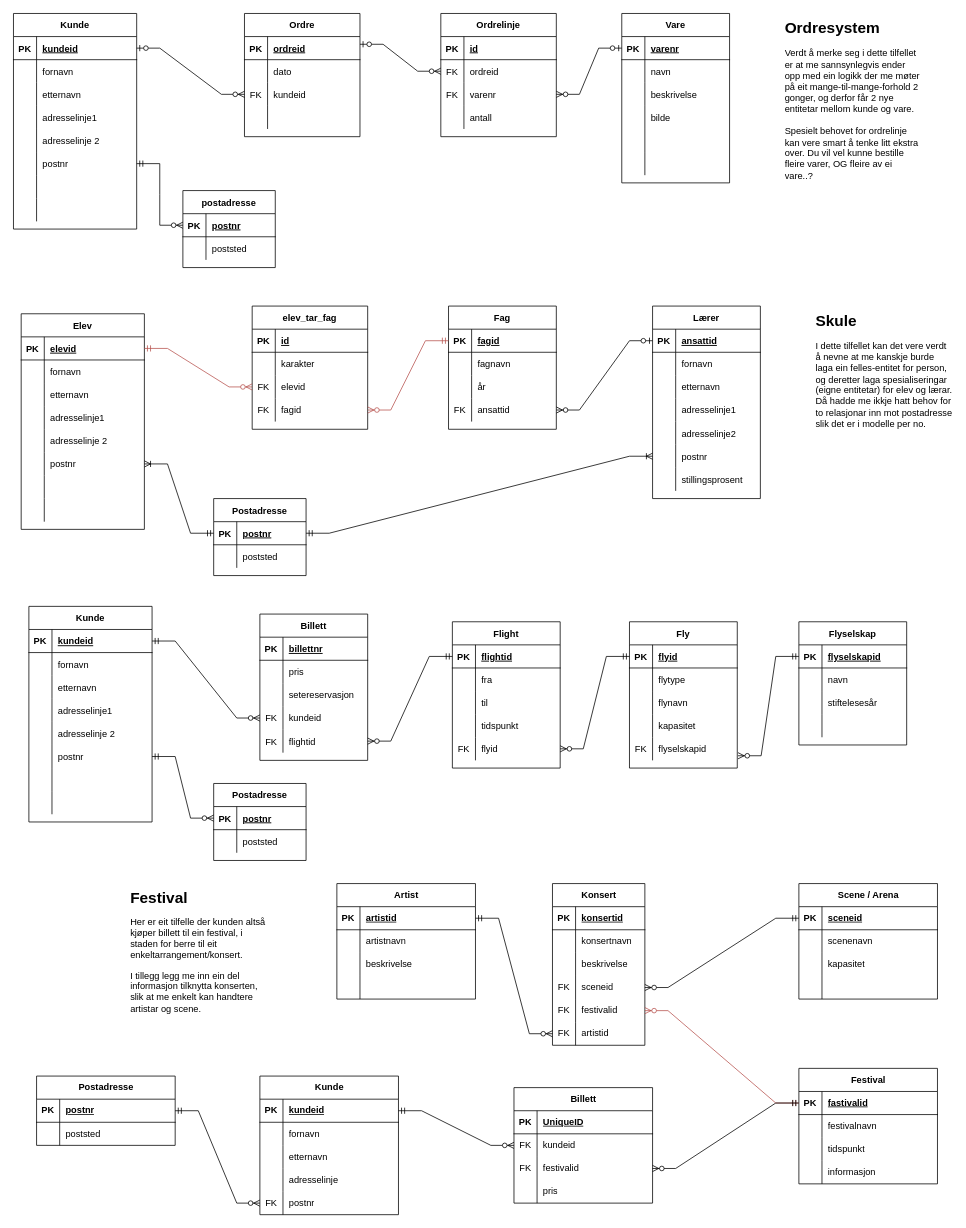
This is eksempel/databaser/ordrer-fag-fly-festival.drawio from LilleAila/it1-oppgavesamling, a draw.io file, before an edit. Source tidied: cells renumbered, new cells numbered last; positions are measured from the earlier drawing's top-left corner, leaving out a move shared by most shapes. Both pictures are drawn from the tidied source at 77%, with x=0, y=0 at pixel (13, 13).
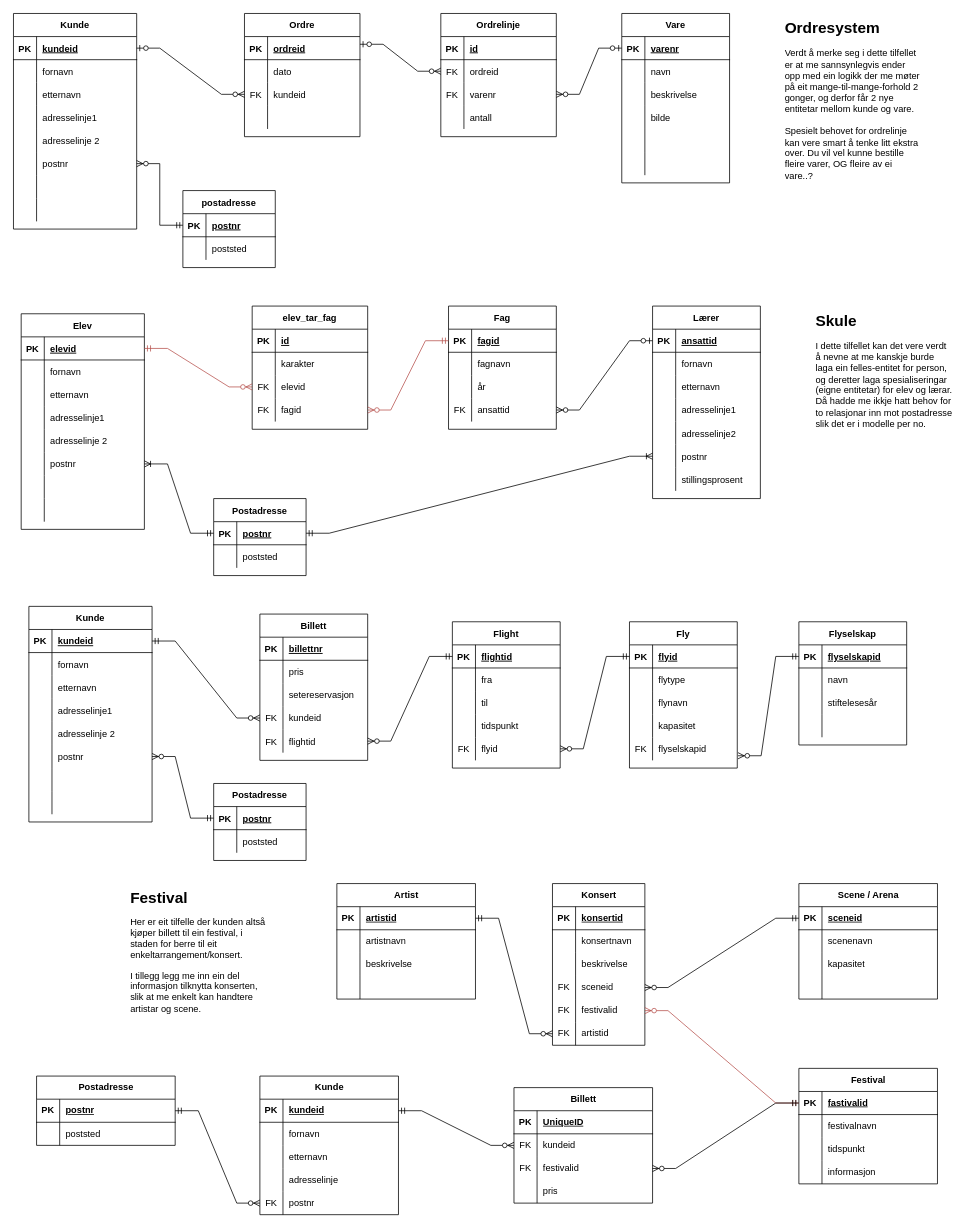
The same page after the edit.

Commit message (it also covers changes not shown here):
Fiksa 2 feil med relasjon ml postnr og person

Unchanged cells that the change refers to:
```xml
<mxCell id="78" style="shape=partialRectangle;fillColor=none;points=[[0,0.5],[1,0.5]];portConstraint=eastwest;top=0;left=0;right=0;bottom=0;" parent="62" vertex="1">
  <mxGeometry y="180" width="160" height="30" as="geometry" />
</mxCell>
<mxCell id="88" style="shape=partialRectangle;fillColor=none;points=[[0,0.5],[1,0.5]];portConstraint=eastwest;top=0;left=0;right=0;bottom=1;" parent="87" vertex="1">
  <mxGeometry y="30" width="120" height="30" as="geometry" />
</mxCell>
<mxCell id="182" style="shape=partialRectangle;fillColor=none;points=[[0,0.5],[1,0.5]];portConstraint=eastwest;top=0;left=0;right=0;bottom=0;" parent="166" vertex="1">
  <mxGeometry y="180" width="160" height="30" as="geometry" />
</mxCell>
<mxCell id="192" style="shape=partialRectangle;fillColor=none;points=[[0,0.5],[1,0.5]];portConstraint=eastwest;top=0;left=0;right=0;bottom=1;" parent="191" vertex="1">
  <mxGeometry y="30" width="120" height="30" as="geometry" />
</mxCell>
```

The edit, as a diff of the source:
```diff
@@
-    <mxCell id="94" style="edgeStyle=entityRelationEdgeStyle;fontSize=12;html=1;endArrow=ERzeroToMany;startArrow=ERmandOne;rounded=0;" parent="1" edge="1" source="78" target="88">
+    <mxCell id="94" style="edgeStyle=entityRelationEdgeStyle;fontSize=12;html=1;endArrow=ERzeroToMany;startArrow=ERmandOne;rounded=0;exitX=0;exitY=0.5;exitDx=0;exitDy=0;" parent="1" edge="1" source="88" target="78">
       <mxGeometry relative="1" as="geometry" />
     </mxCell>
@@
-    <mxCell id="198" style="edgeStyle=entityRelationEdgeStyle;fontSize=12;html=1;endArrow=ERzeroToMany;startArrow=ERmandOne;rounded=0;" parent="1" edge="1" source="182" target="192">
+    <mxCell id="198" style="edgeStyle=entityRelationEdgeStyle;fontSize=12;html=1;endArrow=ERzeroToMany;startArrow=ERmandOne;rounded=0;" parent="1" edge="1" source="192" target="182">
       <mxGeometry relative="1" as="geometry" />
     </mxCell>
```
